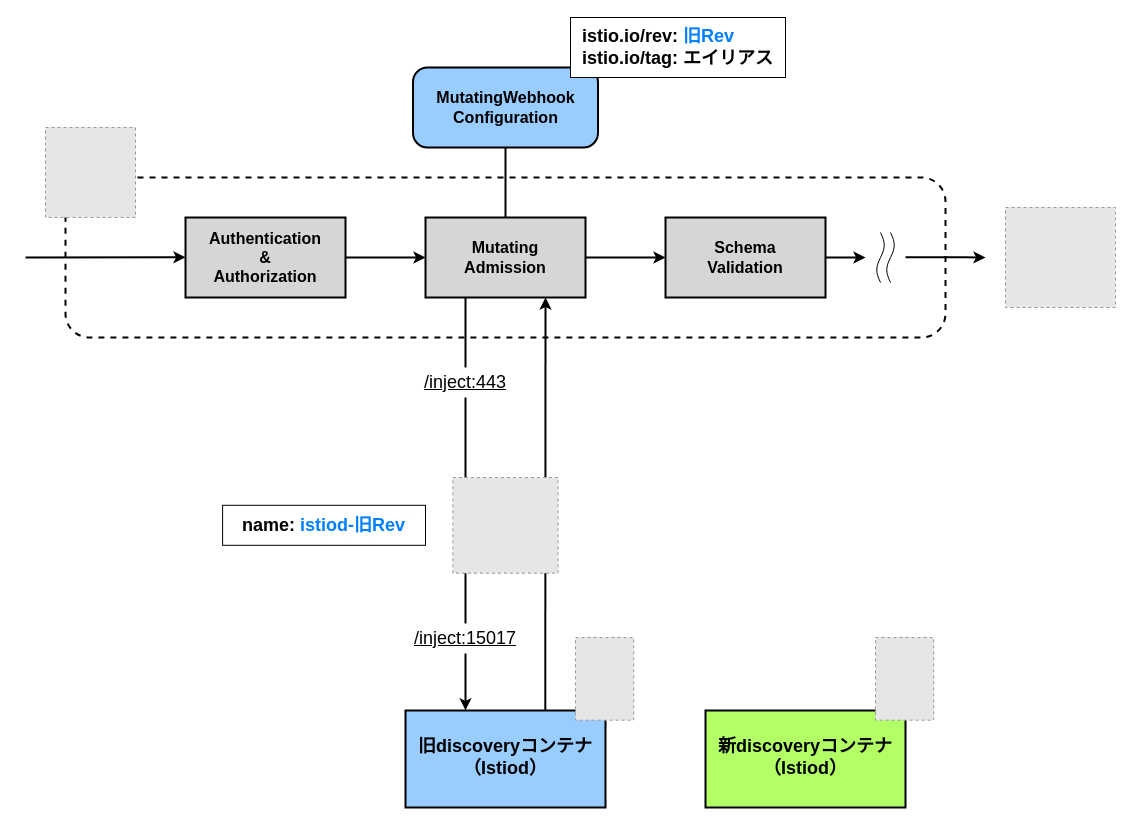
Before: page "istio_canary-upgrade_webhook_2" (13 of 14) of images/drawio/istio/upgrade_istio.drawio in hiroki-it/tech-notebook-images, a draw.io diagram. Source tidied: cells renumbered, new cells numbered last; positions are measured from the earlier drawing's top-left corner, leaving out a move shared by most shapes. Both pictures are drawn from the tidied source at 100%, with x=0, y=0 at pixel (25, 17). Pictures stored in the file or linked from it are replaced by grey dashed boxes.
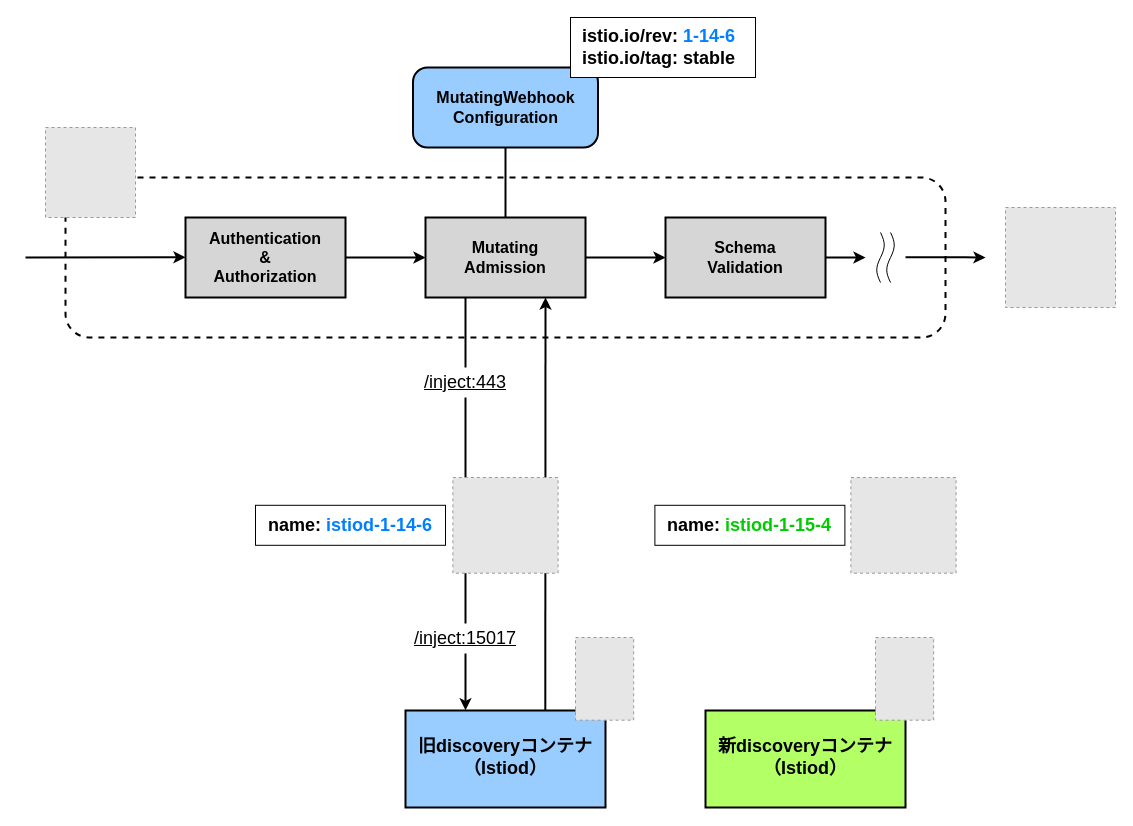
After the change.

Diff of the diagram source:
```diff
@@
-    <mxCell id="28" value="&lt;div style=&quot;&quot;&gt;&lt;b style=&quot;background-color: initial;&quot;&gt;&amp;nbsp; istio.io/rev:&lt;/b&gt;&lt;b style=&quot;color: rgb(0, 127, 255); background-color: initial;&quot;&gt;&amp;nbsp;旧Rev&amp;nbsp;&amp;nbsp;&lt;/b&gt;&lt;/div&gt;&lt;b&gt;&amp;nbsp; istio.io/tag: エイリアス&amp;nbsp;&amp;nbsp;&lt;/b&gt;" style="text;html=1;strokeColor=default;fillColor=default;align=left;verticalAlign=middle;whiteSpace=wrap;rounded=0;strokeWidth=1;fontSize=18;fontStyle=0;" parent="1" vertex="1">
-      <mxGeometry x="545" width="215" height="60" as="geometry" />
+    <mxCell id="28" value="&lt;div style=&quot;&quot;&gt;&lt;b style=&quot;background-color: initial;&quot;&gt;&amp;nbsp; istio.io/rev:&lt;/b&gt;&lt;b style=&quot;color: rgb(0, 127, 255); background-color: initial;&quot;&gt;&amp;nbsp;1-14-6&amp;nbsp;&amp;nbsp;&lt;/b&gt;&lt;/div&gt;&lt;b&gt;&amp;nbsp; istio.io/tag: stable&amp;nbsp;&amp;nbsp;&lt;/b&gt;" style="text;html=1;strokeColor=default;fillColor=default;align=left;verticalAlign=middle;whiteSpace=wrap;rounded=0;strokeWidth=1;fontSize=18;fontStyle=0;" parent="1" vertex="1">
+      <mxGeometry x="545" width="185" height="60" as="geometry" />
     </mxCell>
@@
-    <mxCell id="30" value="&lt;span style=&quot;font-family: Helvetica; font-size: 18px; font-style: normal; font-variant-ligatures: normal; font-variant-caps: normal; letter-spacing: normal; orphans: 2; text-indent: 0px; text-transform: none; widows: 2; word-spacing: 0px; -webkit-text-stroke-width: 0px; text-decoration-thickness: initial; text-decoration-style: initial; text-decoration-color: initial; float: none; display: inline !important;&quot;&gt;&lt;b style=&quot;&quot;&gt;name:&lt;font color=&quot;#007fff&quot;&gt; istiod-旧Rev&lt;/font&gt;&lt;/b&gt;&lt;/span&gt;" style="text;whiteSpace=wrap;html=1;fontSize=18;align=center;labelBackgroundColor=none;fillColor=default;verticalAlign=middle;strokeColor=default;" parent="1" vertex="1">
-      <mxGeometry x="197.1" y="487.8" width="202.9" height="40" as="geometry" />
+    <mxCell id="30" value="&lt;span style=&quot;font-family: Helvetica; font-size: 18px; font-style: normal; font-variant-ligatures: normal; font-variant-caps: normal; letter-spacing: normal; orphans: 2; text-indent: 0px; text-transform: none; widows: 2; word-spacing: 0px; -webkit-text-stroke-width: 0px; text-decoration-thickness: initial; text-decoration-style: initial; text-decoration-color: initial; float: none; display: inline !important;&quot;&gt;&lt;b style=&quot;&quot;&gt;name:&lt;font color=&quot;#007fff&quot;&gt; istiod-1-14-6&lt;/font&gt;&lt;/b&gt;&lt;/span&gt;" style="text;whiteSpace=wrap;html=1;fontSize=18;align=center;labelBackgroundColor=none;fillColor=default;verticalAlign=middle;strokeColor=default;" parent="1" vertex="1">
+      <mxGeometry x="230" y="487.8" width="190" height="40" as="geometry" />
     </mxCell>
+    <mxCell id="31" style="fillColor=#E6E6E6;strokeColor=#999999;dashed=1;" parent="1" vertex="1">
+      <mxGeometry x="825.4" y="460" width="105.2" height="95.7" as="geometry" />
+    </mxCell>
+    <mxCell id="32" value="&lt;b style=&quot;border-color: var(--border-color);&quot;&gt;name:&amp;nbsp;&lt;font style=&quot;border-color: var(--border-color);&quot; color=&quot;#00cc00&quot;&gt;istiod-1-15-4&lt;/font&gt;&lt;/b&gt;" style="text;whiteSpace=wrap;html=1;fontSize=18;align=center;labelBackgroundColor=none;fillColor=default;verticalAlign=middle;strokeColor=default;" parent="1" vertex="1">
+      <mxGeometry x="629.4" y="487.8" width="190" height="40" as="geometry" />
+    </mxCell>
```
